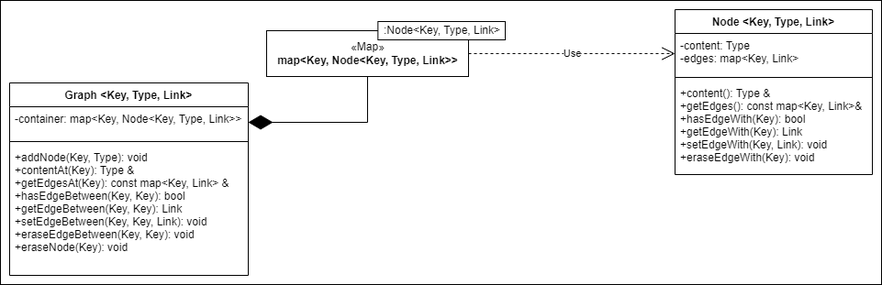
The draw.io diagram SocialNetwork.drawio.png in FIE-PPIII/PPIII_SocialNetwork, before a commit. Source tidied: cells renumbered, new cells last; positions are measured from the earlier drawing's top-left corner, leaving out a move shared by most shapes.
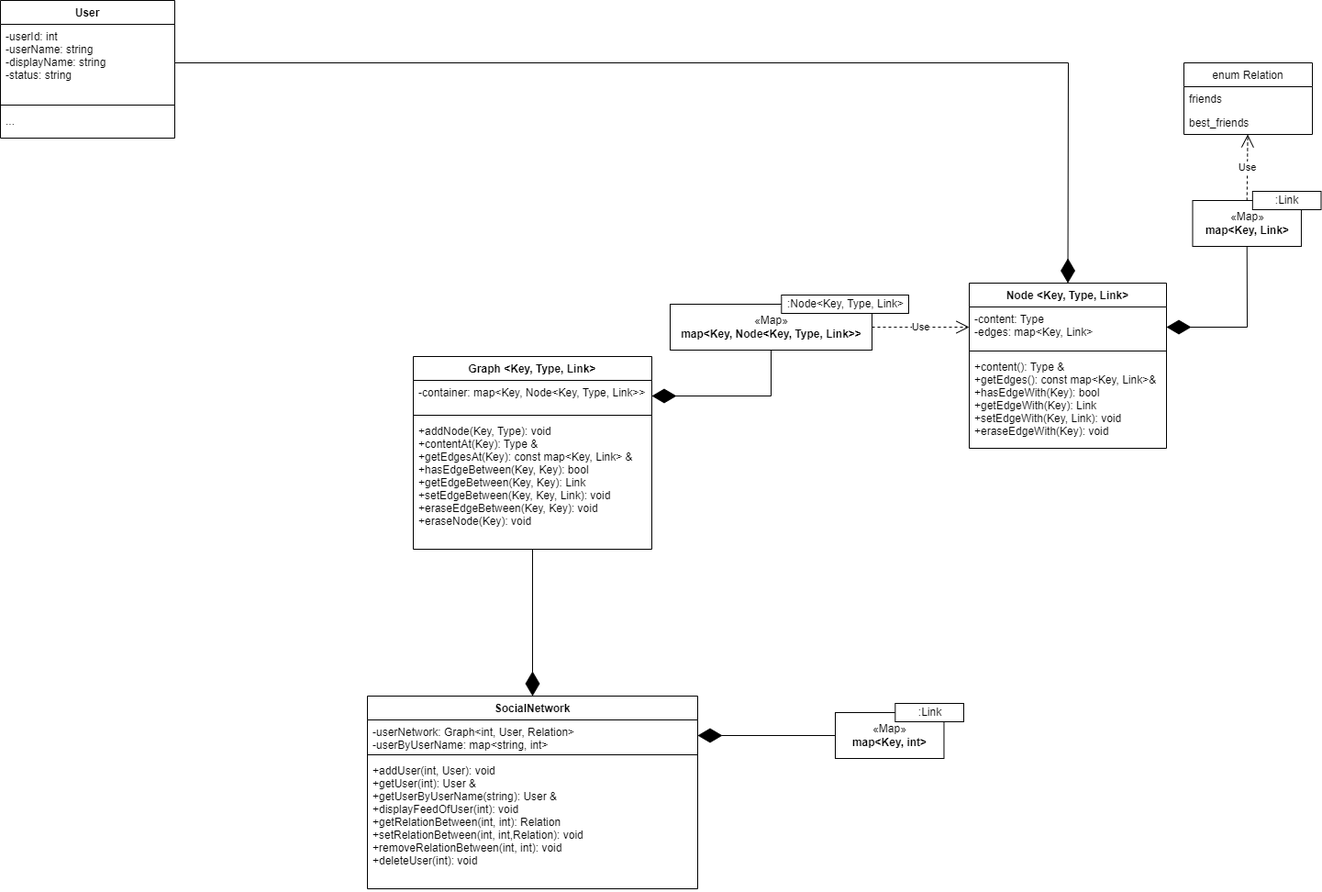
After the change.

Commit message:
MOD - diagram

Change to the diagram source:
```diff
@@ -2,9 +2,6 @@
   <root>
     <mxCell id="0" />
     <mxCell id="1" parent="0" />
-    <mxCell id="2" style="rounded=0;whiteSpace=wrap;html=1;" parent="1" vertex="1">
-      <mxGeometry width="960" height="310" as="geometry" />
-    </mxCell>
     <mxCell id="3" value="Graph &lt;Key, Type, Link&gt;" style="swimlane;fontStyle=1;align=center;verticalAlign=top;horizontal=1;startSize=26;" parent="1" vertex="1">
       <mxGeometry x="10" y="90" width="260" height="210" as="geometry" />
     </mxCell>
@@ -34,7 +31,7 @@
       </mxGeometry>
     </mxCell>
     <mxCell id="11" value="Node &lt;Key, Type, Link&gt;" style="swimlane;fontStyle=1;align=center;verticalAlign=top;horizontal=1;startSize=26;" parent="1" vertex="1">
-      <mxGeometry x="735" y="10" width="215" height="180" as="geometry" />
+      <mxGeometry x="616" y="10" width="215" height="180" as="geometry" />
     </mxCell>
     <mxCell id="12" value="-content: Type&#10;-edges: map&lt;Key, Link&gt;" style="text;strokeColor=none;fillColor=none;align=left;verticalAlign=top;spacingLeft=4;spacingRight=4;overflow=hidden;points=[[0,0.5],[1,0.5]];portConstraint=eastwest;" parent="11" vertex="1">
       <mxGeometry y="26" width="215" height="44" as="geometry" />
@@ -48,5 +45,79 @@
     <mxCell id="15" value="Use" style="endArrow=open;endSize=12;dashed=1;html=1;rounded=0;exitX=1;exitY=0.5;exitDx=0;exitDy=0;entryX=0;entryY=0.5;entryDx=0;entryDy=0;" parent="1" edge="1" source="8" target="12">
       <mxGeometry relative="1" as="geometry" />
     </mxCell>
+    <mxCell id="16" style="group;" parent="1" vertex="1">
+      <mxGeometry x="859.5" y="-90" width="140" height="60" as="geometry" />
+    </mxCell>
+    <mxCell id="17" value="«Map»&lt;br&gt;&lt;b&gt;map&amp;lt;Key, Link&amp;gt;&lt;/b&gt;" style="html=1;" parent="16" vertex="1">
+      <mxGeometry y="10" width="118.5" height="50" as="geometry" />
+    </mxCell>
+    <mxCell id="18" value=":Link" style="html=1;" parent="16" vertex="1">
+      <mxGeometry x="65.3" width="74.7" height="20" as="geometry" />
+    </mxCell>
+    <mxCell id="19" value="enum Relation" style="swimlane;fontStyle=0;horizontal=1;startSize=26;fillColor=none;" parent="1" vertex="1">
+      <mxGeometry x="850" y="-230" width="140" height="78" as="geometry" />
+    </mxCell>
+    <mxCell id="20" value="friends" style="text;strokeColor=none;fillColor=none;align=left;verticalAlign=top;spacingLeft=4;spacingRight=4;overflow=hidden;" parent="19" vertex="1">
+      <mxGeometry y="26" width="140" height="26" as="geometry" />
+    </mxCell>
+    <mxCell id="21" value="best_friends" style="text;strokeColor=none;fillColor=none;align=left;verticalAlign=top;spacingLeft=4;spacingRight=4;overflow=hidden;" parent="19" vertex="1">
+      <mxGeometry y="52" width="140" height="26" as="geometry" />
+    </mxCell>
+    <mxCell id="22" style="endArrow=diamondThin;endFill=1;endSize=24;html=1;rounded=0;entryX=1;entryY=0.5;entryDx=0;entryDy=0;exitX=0.5;exitY=1;exitDx=0;exitDy=0;" parent="1" edge="1" source="17" target="12">
+      <mxGeometry relative="1" as="geometry">
+        <Array as="points">
+          <mxPoint x="919" y="58" />
+        </Array>
+      </mxGeometry>
+    </mxCell>
+    <mxCell id="23" value="Use" style="endArrow=open;endSize=12;dashed=1;html=1;rounded=0;exitX=0.5;exitY=0;exitDx=0;exitDy=0;" parent="1" edge="1" source="17" target="19">
+      <mxGeometry relative="1" as="geometry" />
+    </mxCell>
+    <mxCell id="24" value="User" style="swimlane;fontStyle=1;align=center;verticalAlign=top;horizontal=1;startSize=26;" parent="1" vertex="1">
+      <mxGeometry x="-440" y="-298" width="190" height="150" as="geometry" />
+    </mxCell>
+    <mxCell id="25" value="-userId: int&#10;-userName: string&#10;-displayName: string&#10;-status: string" style="text;strokeColor=none;fillColor=none;align=left;verticalAlign=top;spacingLeft=4;spacingRight=4;overflow=hidden;points=[[0,0.5],[1,0.5]];portConstraint=eastwest;fontStyle=0;" parent="24" vertex="1">
+      <mxGeometry y="26" width="190" height="84" as="geometry" />
+    </mxCell>
+    <mxCell id="26" style="line;strokeWidth=1;fillColor=none;align=left;verticalAlign=middle;spacingTop=-1;spacingLeft=3;spacingRight=3;labelPosition=right;strokeColor=inherit;" parent="24" vertex="1">
+      <mxGeometry y="110" width="190" height="8" as="geometry" />
+    </mxCell>
+    <mxCell id="27" value="..." style="text;strokeColor=none;fillColor=none;align=left;verticalAlign=top;spacingLeft=4;spacingRight=4;overflow=hidden;" parent="24" vertex="1">
+      <mxGeometry y="118" width="190" height="32" as="geometry" />
+    </mxCell>
+    <mxCell id="28" value="SocialNetwork" style="swimlane;fontStyle=1;align=center;verticalAlign=top;horizontal=1;startSize=26;" parent="1" vertex="1">
+      <mxGeometry x="-40" y="460" width="360" height="210" as="geometry" />
+    </mxCell>
+    <mxCell id="29" value="-userNetwork: Graph&lt;int, User, Relation&gt;&#10;-userByUserName: map&lt;string, int&gt;" style="text;strokeColor=none;fillColor=none;align=left;verticalAlign=top;spacingLeft=4;spacingRight=4;overflow=hidden;points=[[0,0.5],[1,0.5]];portConstraint=eastwest;fontStyle=0;" parent="28" vertex="1">
+      <mxGeometry y="26" width="360" height="34" as="geometry" />
+    </mxCell>
+    <mxCell id="30" style="line;strokeWidth=1;fillColor=none;align=left;verticalAlign=middle;spacingTop=-1;spacingLeft=3;spacingRight=3;labelPosition=right;strokeColor=inherit;" parent="28" vertex="1">
+      <mxGeometry y="60" width="360" height="8" as="geometry" />
+    </mxCell>
+    <mxCell id="31" value="+addUser(int, User): void&#10;+getUser(int): User &amp;&#10;+getUserByUserName(string): User &amp;&#10;+displayFeedOfUser(int): void&#10;+getRelationBetween(int, int): Relation&#10;+setRelationBetween(int, int,Relation): void&#10;+removeRelationBetween(int, int): void&#10;+deleteUser(int): void" style="text;strokeColor=none;fillColor=none;align=left;verticalAlign=top;spacingLeft=4;spacingRight=4;overflow=hidden;" parent="28" vertex="1">
+      <mxGeometry y="68" width="360" height="142" as="geometry" />
+    </mxCell>
+    <mxCell id="32" style="endArrow=diamondThin;endFill=1;endSize=24;html=1;rounded=0;entryX=0.5;entryY=0;entryDx=0;entryDy=0;" parent="1" edge="1" source="6" target="28">
+      <mxGeometry relative="1" as="geometry" />
+    </mxCell>
+    <mxCell id="33" style="group;" parent="1" vertex="1">
+      <mxGeometry x="470" y="468" width="140" height="60" as="geometry" />
+    </mxCell>
+    <mxCell id="34" value="«Map»&lt;br&gt;&lt;b&gt;map&amp;lt;Key, int&amp;gt;&lt;/b&gt;" style="html=1;" parent="33" vertex="1">
+      <mxGeometry y="10" width="118.5" height="50" as="geometry" />
+    </mxCell>
+    <mxCell id="35" value=":Link" style="html=1;" parent="33" vertex="1">
+      <mxGeometry x="65.3" width="74.7" height="20" as="geometry" />
+    </mxCell>
+    <mxCell id="36" style="endArrow=diamondThin;endFill=1;endSize=24;html=1;rounded=0;entryX=1;entryY=0.5;entryDx=0;entryDy=0;exitX=0;exitY=0.5;exitDx=0;exitDy=0;" parent="1" edge="1" source="34" target="29">
+      <mxGeometry relative="1" as="geometry" />
+    </mxCell>
+    <mxCell id="37" style="endArrow=diamondThin;endFill=1;endSize=24;html=1;rounded=0;entryX=0.5;entryY=0;entryDx=0;entryDy=0;exitX=1;exitY=0.5;exitDx=0;exitDy=0;" parent="1" edge="1" source="25" target="11">
+      <mxGeometry relative="1" as="geometry">
+        <Array as="points">
+          <mxPoint x="724" y="-230" />
+        </Array>
+      </mxGeometry>
+    </mxCell>
   </root>
 </mxGraphModel>
```
